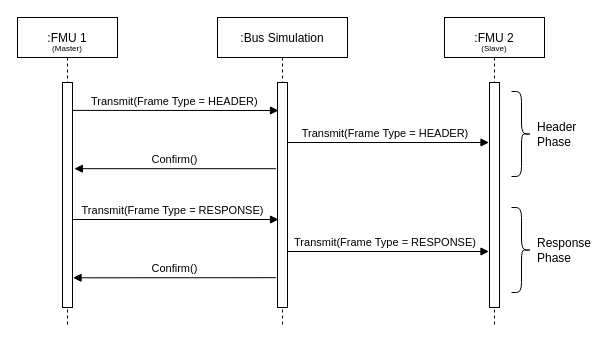
modelica/fmi-ls-bus keeps this draw.io diagram as docs/images/lin_confirmation_with_bus_simulation_fmu.drawio. Above is the earlier version. Source tidied: cells renumbered, new cells numbered last; positions are measured from the earlier drawing's top-left corner, leaving out a move shared by most shapes. Both pictures are drawn from the tidied source at 100%, with x=0, y=0 at pixel (17, 17).
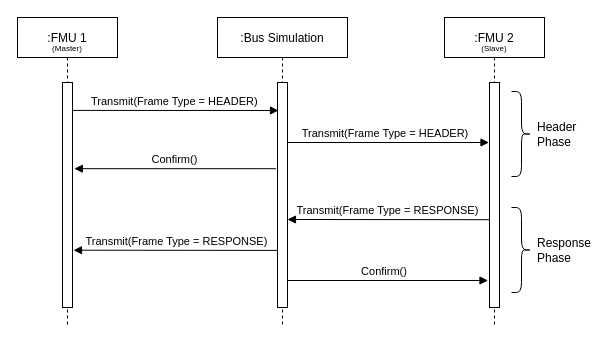
The same diagram, later.

Commit message (it also covers changes not shown here):
Fixed LIN seq. diagram

The change refers to these unchanged cells:
```xml
<mxCell id="4" value=":FMU 1" style="shape=umlLifeline;perimeter=lifelinePerimeter;rounded=0;shadow=0;strokeWidth=1;" parent="1" vertex="1">
  <mxGeometry width="100" height="310" as="geometry" />
</mxCell>
<mxCell id="6" style="points=[];perimeter=orthogonalPerimeter;rounded=0;shadow=0;strokeWidth=1;" parent="4" vertex="1">
  <mxGeometry x="45" y="65" width="10" height="225" as="geometry" />
</mxCell>
<mxCell id="7" value=":Bus Simulation" style="shape=umlLifeline;perimeter=lifelinePerimeter;rounded=0;shadow=0;strokeWidth=1;" parent="1" vertex="1">
  <mxGeometry x="200" width="130" height="310" as="geometry" />
</mxCell>
```

Diff of the diagram source:
```diff
@@
-    <mxCell id="2" value="Transmit(Frame Type = RESPONSE)" style="verticalAlign=bottom;endArrow=block;entryX=0;entryY=0;shadow=0;strokeWidth=1;" parent="1" edge="1" source="4">
-      <mxGeometry relative="1" as="geometry">
-        <mxPoint x="261" y="202" as="targetPoint" />
-      </mxGeometry>
-    </mxCell>
+    <mxCell id="20" value="Transmit(Frame Type = RESPONSE)" style="verticalAlign=bottom;endArrow=block;shadow=0;strokeWidth=1;exitX=-0.16;exitY=0.729;exitDx=0;exitDy=0;exitPerimeter=0;entryX=1.184;entryY=0.383;entryDx=0;entryDy=0;entryPerimeter=0;" parent="1" edge="1">
+      <mxGeometry relative="1" as="geometry">
+        <mxPoint x="263.4" y="232.9" as="sourcePoint" />
+        <mxPoint x="56" y="232.7" as="targetPoint" />
+      </mxGeometry>
+    </mxCell>
+    <mxCell id="17" value="Confirm()" style="verticalAlign=bottom;endArrow=block;shadow=0;strokeWidth=1;" parent="1" edge="1">
+      <mxGeometry relative="1" as="geometry">
+        <mxPoint x="264" y="263" as="sourcePoint" />
+        <mxPoint x="470.5" y="263" as="targetPoint" />
+      </mxGeometry>
+    </mxCell>
@@
-    <mxCell id="9" value="Transmit(Frame Type = RESPONSE)" style="verticalAlign=bottom;endArrow=block;shadow=0;strokeWidth=1;" parent="7" edge="1">
-      <mxGeometry relative="1" as="geometry">
-        <mxPoint x="65" y="234" as="sourcePoint" />
-        <mxPoint x="271.5" y="234" as="targetPoint" />
-      </mxGeometry>
-    </mxCell>
@@
-    <mxCell id="17" value="Confirm()" style="verticalAlign=bottom;endArrow=block;shadow=0;strokeWidth=1;exitX=-0.16;exitY=0.729;exitDx=0;exitDy=0;exitPerimeter=0;entryX=1.052;entryY=0.868;entryDx=0;entryDy=0;entryPerimeter=0;" parent="1" edge="1" target="6">
-      <mxGeometry relative="1" as="geometry">
-        <mxPoint x="258.4" y="260.2" as="sourcePoint" />
-      </mxGeometry>
-    </mxCell>
@@
+    <mxCell id="21" value="Transmit(Frame Type = RESPONSE)" style="verticalAlign=bottom;endArrow=block;shadow=0;strokeWidth=1;exitX=-0.16;exitY=0.729;exitDx=0;exitDy=0;exitPerimeter=0;entryX=1.184;entryY=0.383;entryDx=0;entryDy=0;entryPerimeter=0;" parent="1" edge="1">
+      <mxGeometry relative="1" as="geometry">
+        <mxPoint x="471.4" y="202.2" as="sourcePoint" />
+        <mxPoint x="270" y="202" as="targetPoint" />
+      </mxGeometry>
+    </mxCell>
```
